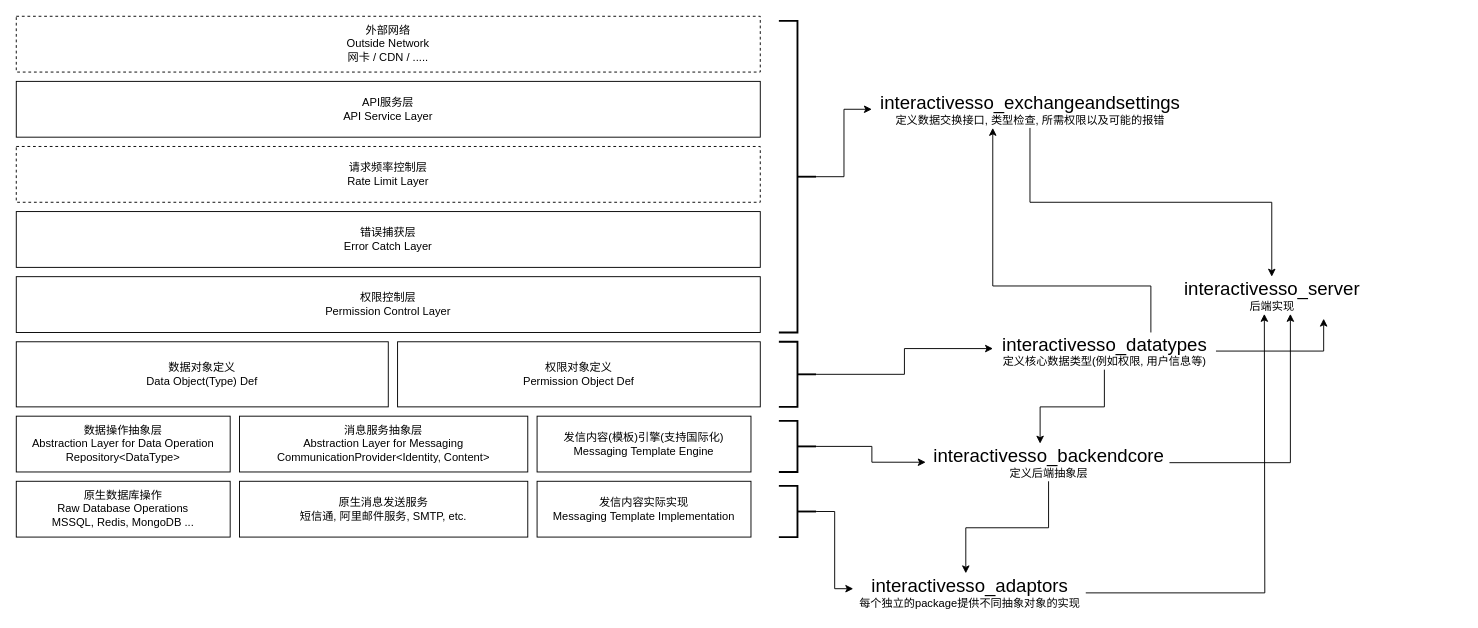
InteractivePlus/InteractiveSSO-DesignDoc keeps this draw.io diagram as static/Source/System-Architecture.drawio. Above is the earlier version. Source tidied: cells renumbered, new cells numbered last; positions are measured from the earlier drawing's top-left corner, leaving out a move shared by most shapes. Both pictures are drawn from the tidied source at 93%, with x=0, y=0 at pixel (16, 16).
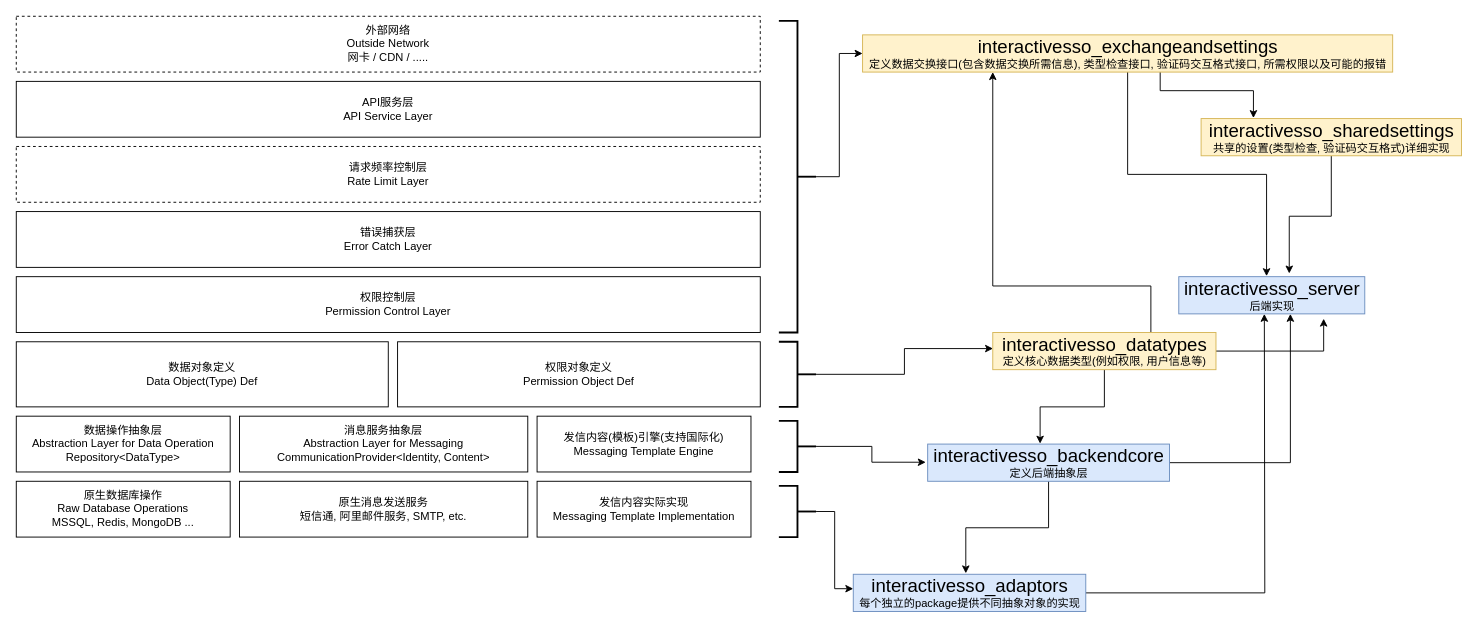
Above is the later version.

Commit message (it also covers changes not shown here):
Update System Architecture

Change to the diagram source:
```diff
@@
-    <mxCell id="16" style="edgeStyle=orthogonalEdgeStyle;rounded=0;jettySize=auto;html=1;fontSize=20;" parent="1" edge="1" source="17" target="34">
+    <mxCell id="16" style="edgeStyle=orthogonalEdgeStyle;rounded=0;jettySize=auto;html=1;fontSize=20;entryX=0.472;entryY=-0.014;entryDx=0;entryDy=0;entryPerimeter=0;" parent="1" edge="1" source="17" target="34">
       <mxGeometry relative="1" as="geometry" />
     </mxCell>
+    <mxCell id="35" style="edgeStyle=orthogonalEdgeStyle;rounded=0;jettySize=auto;html=1;fontSize=20;entryX=0.201;entryY=-0.014;entryDx=0;entryDy=0;entryPerimeter=0;" parent="1" edge="1" source="17" target="37">
+      <mxGeometry relative="1" as="geometry">
+        <Array as="points">
+          <mxPoint x="1230" y="80" />
+          <mxPoint x="1330" y="80" />
+        </Array>
+      </mxGeometry>
+    </mxCell>
-    <mxCell id="17" value="&lt;div&gt;&lt;font style=&quot;font-size: 20px&quot;&gt;interactivesso_exchangeandsettings&lt;/font&gt;&lt;/div&gt;定义数据交换接口, 类型检查, 所需权限以及可能的报错" style="text;html=1;align=center;verticalAlign=middle;points=[];fillColor=none;strokeColor=none;rounded=0;" parent="1" vertex="1">
-      <mxGeometry x="920" y="80" width="340" height="40" as="geometry" />
+    <mxCell id="17" value="&lt;div&gt;&lt;font style=&quot;font-size: 20px&quot;&gt;interactivesso_exchangeandsettings&lt;/font&gt;&lt;/div&gt;定义数据交换接口(包含数据交换所需信息), 类型检查接口, 验证码交互格式接口, 所需权限以及可能的报错" style="text;html=1;align=center;verticalAlign=middle;points=[];fillColor=#fff2cc;strokeColor=#d6b656;rounded=0;" parent="1" vertex="1">
+      <mxGeometry x="910" y="20" width="570" height="40" as="geometry" />
     </mxCell>
@@
-    <mxCell id="23" value="&lt;div&gt;&lt;font style=&quot;font-size: 20px&quot;&gt;interactivesso_datatypes&lt;/font&gt;&lt;/div&gt;定义核心数据类型(例如权限, 用户信息等)" style="text;html=1;align=center;verticalAlign=middle;points=[];fillColor=none;strokeColor=none;rounded=0;" parent="1" vertex="1">
+    <mxCell id="23" value="&lt;div&gt;&lt;font style=&quot;font-size: 20px&quot;&gt;interactivesso_datatypes&lt;/font&gt;&lt;/div&gt;定义核心数据类型(例如权限, 用户信息等)" style="text;html=1;align=center;verticalAlign=middle;points=[];fillColor=#fff2cc;strokeColor=#d6b656;rounded=0;" parent="1" vertex="1">
       <mxGeometry x="1050" y="340" width="240" height="40" as="geometry" />
     </mxCell>
@@
-    <mxCell id="29" value="&lt;div&gt;&lt;font style=&quot;font-size: 20px&quot;&gt;interactivesso_backendcore&lt;/font&gt;&lt;/div&gt;定义后端抽象层" style="text;html=1;align=center;verticalAlign=middle;points=[];fillColor=none;strokeColor=none;rounded=0;" parent="1" vertex="1">
+    <mxCell id="29" value="&lt;div&gt;&lt;font style=&quot;font-size: 20px&quot;&gt;interactivesso_backendcore&lt;/font&gt;&lt;/div&gt;定义后端抽象层" style="text;html=1;align=center;verticalAlign=middle;points=[];fillColor=#dae8fc;strokeColor=#6c8ebf;rounded=0;" parent="1" vertex="1">
       <mxGeometry x="980" y="460" width="260" height="40" as="geometry" />
     </mxCell>
@@
-    <mxCell id="33" value="&lt;div&gt;&lt;font style=&quot;font-size: 20px&quot;&gt;interactivesso_adaptors&lt;/font&gt;&lt;/div&gt;每个独立的package提供不同抽象对象的实现" style="text;html=1;align=center;verticalAlign=middle;points=[];fillColor=none;strokeColor=none;rounded=0;" parent="1" vertex="1">
+    <mxCell id="33" value="&lt;div&gt;&lt;font style=&quot;font-size: 20px&quot;&gt;interactivesso_adaptors&lt;/font&gt;&lt;/div&gt;每个独立的package提供不同抽象对象的实现" style="text;html=1;align=center;verticalAlign=middle;points=[];fillColor=#dae8fc;strokeColor=#6c8ebf;rounded=0;" parent="1" vertex="1">
       <mxGeometry x="900" y="600" width="250" height="40" as="geometry" />
     </mxCell>
-    <mxCell id="34" value="&lt;div&gt;&lt;font style=&quot;font-size: 20px&quot;&gt;interactivesso_server&lt;/font&gt;&lt;/div&gt;后端实现" style="text;html=1;align=center;verticalAlign=middle;points=[];fillColor=none;strokeColor=none;rounded=0;" parent="1" vertex="1">
+    <mxCell id="34" value="&lt;div&gt;&lt;font style=&quot;font-size: 20px&quot;&gt;interactivesso_server&lt;/font&gt;&lt;/div&gt;后端实现" style="text;html=1;align=center;verticalAlign=middle;points=[];fillColor=#dae8fc;strokeColor=#6c8ebf;rounded=0;" parent="1" vertex="1">
       <mxGeometry x="1250" y="280" width="200" height="40" as="geometry" />
     </mxCell>
+    <mxCell id="36" style="edgeStyle=orthogonalEdgeStyle;rounded=0;jettySize=auto;html=1;fontSize=20;entryX=0.594;entryY=-0.086;entryDx=0;entryDy=0;entryPerimeter=0;" parent="1" edge="1" source="37" target="34">
+      <mxGeometry relative="1" as="geometry" />
+    </mxCell>
+    <mxCell id="37" value="&lt;div&gt;&lt;font style=&quot;font-size: 20px&quot;&gt;interactivesso_sharedsettings&lt;/font&gt;&lt;/div&gt;共享的设置(类型检查, 验证码交互格式)详细实现" style="text;html=1;align=center;verticalAlign=middle;points=[];fillColor=#fff2cc;strokeColor=#d6b656;rounded=0;" parent="1" vertex="1">
+      <mxGeometry x="1274" y="110" width="280" height="40" as="geometry" />
+    </mxCell>
```
